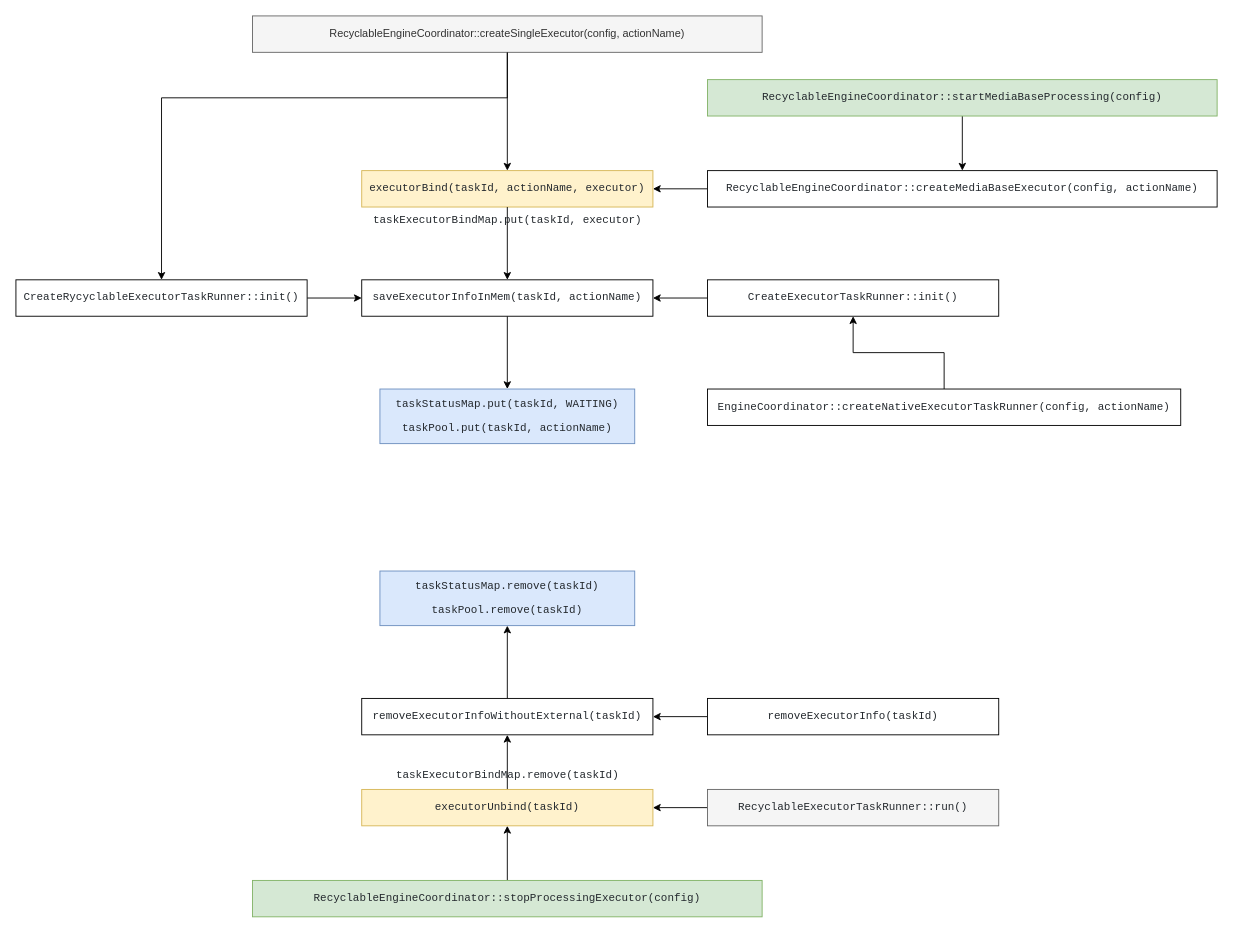
Earlier version of the draw.io diagram page "state manager" (3 of 3) of graphs/streaming_engine_framework.drawio (zhongchun/daily). Source tidied: cells renumbered, new cells numbered last; positions are measured from the earlier drawing's top-left corner, leaving out a move shared by most shapes. Both pictures are drawn from the tidied source at 91%, with x=0, y=0 at pixel (15, 15).
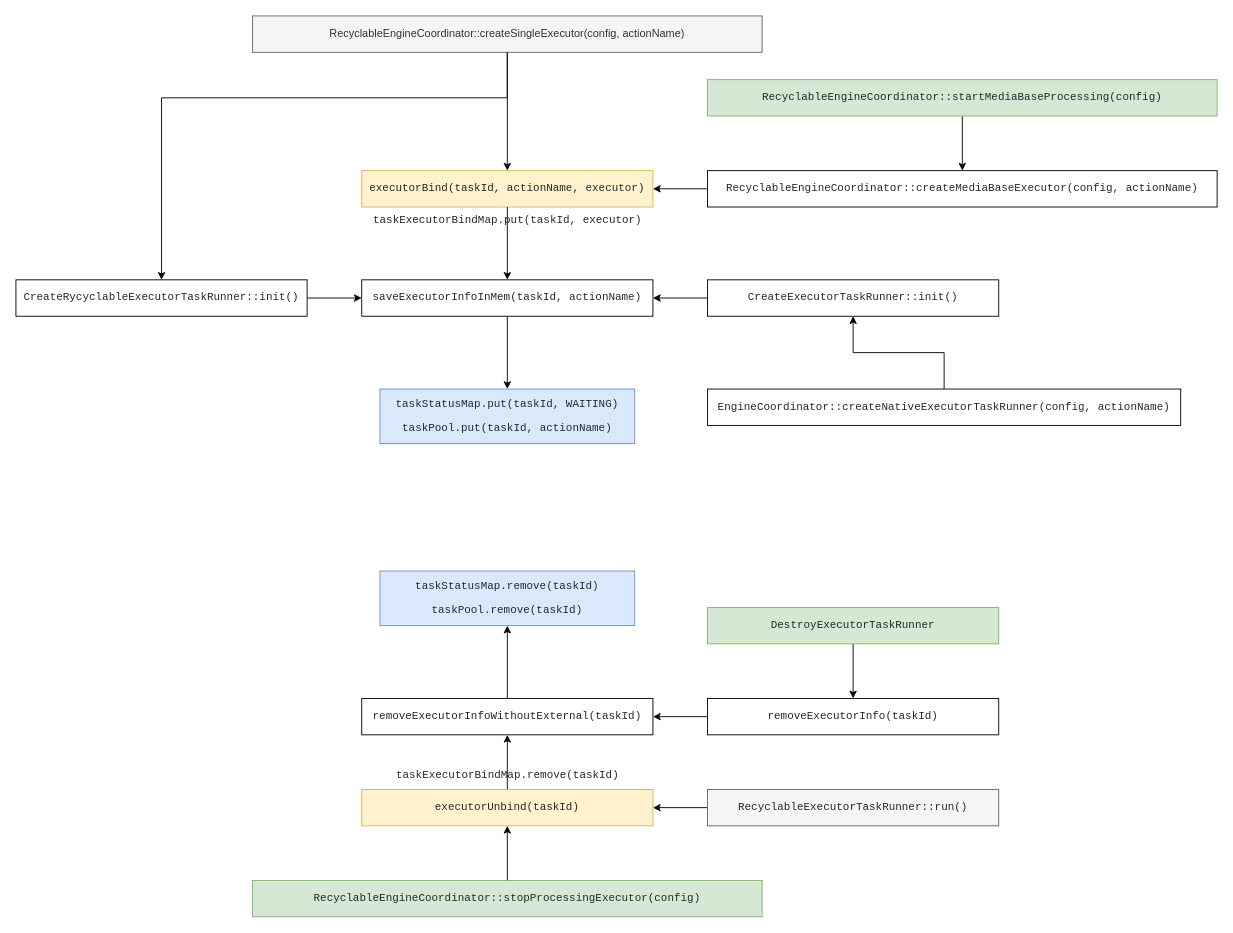
The same diagram, later.

The change refers to these unchanged cells:
```xml
<mxCell id="24" value="&lt;div style=&quot;background-color:#ffffff;color:#24292e&quot;&gt;&lt;pre style=&quot;font-family:'Meslo LG L DZ for Powerline',monospace;font-size:9.0pt;&quot;&gt;&lt;div&gt;&lt;pre style=&quot;font-family:'Meslo LG L DZ for Powerline',monospace;font-size:9.0pt;&quot;&gt;removeExecutorInfo(taskId)&lt;/pre&gt;&lt;/div&gt;&lt;/pre&gt;&lt;/div&gt;" style="rounded=0;whiteSpace=wrap;html=1;" parent="1" vertex="1">
  <mxGeometry x="760" y="750" width="320" height="40" as="geometry" />
</mxCell>
```

Diff of the diagram source:
```diff
@@
+    <mxCell id="34" style="edgeStyle=orthogonalEdgeStyle;rounded=0;jettySize=auto;html=1;" parent="1" edge="1" source="35" target="24">
+      <mxGeometry relative="1" as="geometry" />
+    </mxCell>
+    <mxCell id="35" value="&lt;div style=&quot;color: rgb(36, 41, 46);&quot;&gt;&lt;pre style=&quot;font-family:'Meslo LG L DZ for Powerline',monospace;font-size:9.0pt;&quot;&gt;&lt;pre style=&quot;font-family:'Meslo LG L DZ for Powerline',monospace;font-size:9.0pt;&quot;&gt;&lt;div&gt;&lt;pre style=&quot;font-family:'Meslo LG L DZ for Powerline',monospace;font-size:9.0pt;&quot;&gt;DestroyExecutorTaskRunner&lt;/pre&gt;&lt;/div&gt;&lt;/pre&gt;&lt;/pre&gt;&lt;/div&gt;" style="rounded=0;whiteSpace=wrap;html=1;fillColor=#d5e8d4;strokeColor=#82b366;labelBackgroundColor=none;" parent="1" vertex="1">
+      <mxGeometry x="760" y="650" width="320" height="40" as="geometry" />
+    </mxCell>
```
